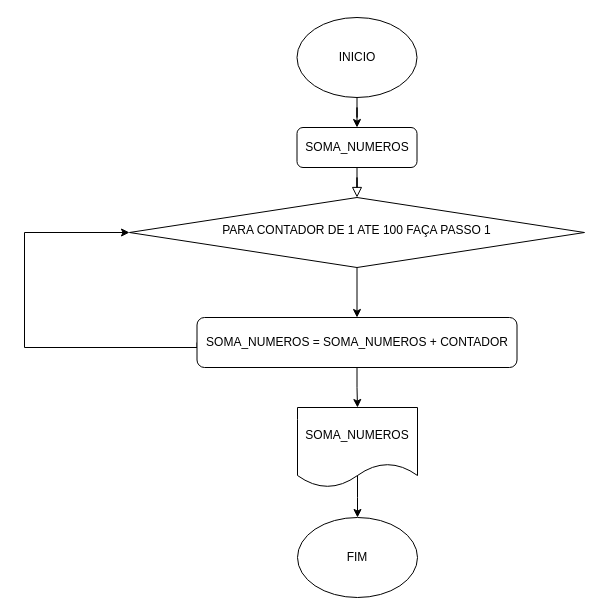
programadormovel/Expotec keeps this draw.io diagram as Untitled Diagram.drawio. Above is the earlier version. Source tidied: cells renumbered, new cells numbered last; positions are measured from the earlier drawing's top-left corner, leaving out a move shared by most shapes. Both pictures are drawn from the tidied source at 100%, with x=0, y=0 at pixel (24, 17).
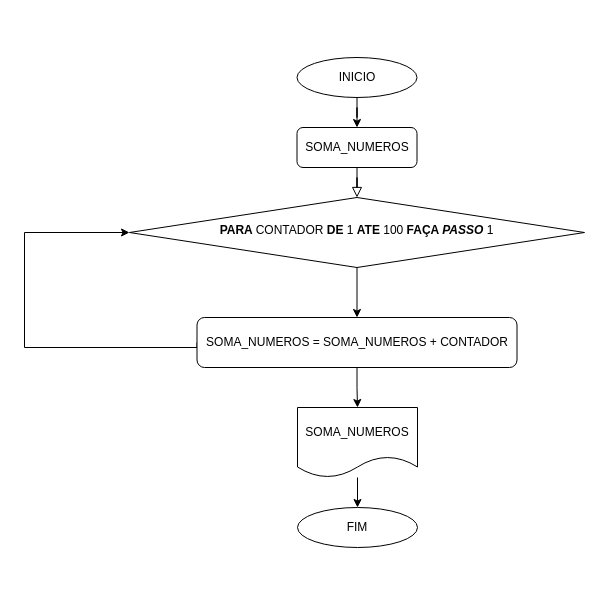
Above is the later version.

The edit, as a diff of the source:
```diff
@@
 <mxGraphModel>
   <root>
     <mxCell id="0" />
     <mxCell id="1" parent="0" />
     <mxCell id="2" style="rounded=0;html=1;jettySize=auto;fontSize=11;endArrow=block;endFill=0;endSize=8;strokeWidth=1;shadow=0;labelBackgroundColor=none;edgeStyle=orthogonalEdgeStyle;" parent="1" edge="1" source="3" target="5">
       <mxGeometry relative="1" as="geometry" />
     </mxCell>
     <mxCell id="3" value="SOMA_NUMEROS" style="rounded=1;whiteSpace=wrap;html=1;fontSize=12;glass=0;strokeWidth=1;shadow=0;" parent="1" vertex="1">
       <mxGeometry x="272.5" y="110" width="120" height="40" as="geometry" />
     </mxCell>
     <mxCell id="4" style="edgeStyle=orthogonalEdgeStyle;rounded=0;jettySize=auto;html=1;entryX=0.5;entryY=0;entryDx=0;entryDy=0;" parent="1" edge="1" source="5" target="10">
       <mxGeometry relative="1" as="geometry" />
     </mxCell>
-    <mxCell id="5" value="PARA CONTADOR DE 1 ATE 100 FAÇA PASSO 1" style="rhombus;whiteSpace=wrap;html=1;shadow=0;fontFamily=Helvetica;fontSize=12;align=center;strokeWidth=1;spacing=6;spacingTop=-4;" parent="1" vertex="1">
+    <mxCell id="5" value="&lt;b&gt;PARA &lt;/b&gt;CONTADOR &lt;b&gt;DE &lt;/b&gt;1 &lt;b&gt;ATE &lt;/b&gt;100 &lt;b&gt;FAÇA &lt;i&gt;PASSO &lt;/i&gt;&lt;/b&gt;1" style="rhombus;whiteSpace=wrap;html=1;shadow=0;fontFamily=Helvetica;fontSize=12;align=center;strokeWidth=1;spacing=6;spacingTop=-4;" parent="1" vertex="1">
       <mxGeometry x="105" y="180" width="455" height="70" as="geometry" />
     </mxCell>
     <mxCell id="6" style="edgeStyle=orthogonalEdgeStyle;rounded=0;jettySize=auto;html=1;entryX=0.5;entryY=0;entryDx=0;entryDy=0;" parent="1" edge="1" source="7" target="3">
       <mxGeometry relative="1" as="geometry" />
     </mxCell>
     <mxCell id="7" value="INICIO" style="ellipse;whiteSpace=wrap;html=1;" parent="1" vertex="1">
-      <mxGeometry x="272.5" width="120" height="80" as="geometry" />
+      <mxGeometry x="272.5" y="40" width="120" height="40" as="geometry" />
     </mxCell>
     <mxCell id="8" style="edgeStyle=orthogonalEdgeStyle;rounded=0;jettySize=auto;html=1;entryX=0;entryY=0.5;entryDx=0;entryDy=0;exitX=0;exitY=0.5;exitDx=0;exitDy=0;" parent="1" edge="1" source="10" target="5">
       <mxGeometry relative="1" as="geometry">
         <Array as="points">
           <mxPoint y="330" />
           <mxPoint y="215" />
         </Array>
       </mxGeometry>
     </mxCell>
     <mxCell id="9" style="edgeStyle=orthogonalEdgeStyle;rounded=0;jettySize=auto;html=1;" parent="1" edge="1" source="10" target="12">
       <mxGeometry relative="1" as="geometry" />
     </mxCell>
     <mxCell id="10" value="SOMA_NUMEROS = SOMA_NUMEROS + CONTADOR" style="rounded=1;whiteSpace=wrap;html=1;" parent="1" vertex="1">
       <mxGeometry x="172.5" y="300" width="320" height="50" as="geometry" />
     </mxCell>
-    <mxCell id="11" style="edgeStyle=orthogonalEdgeStyle;rounded=0;jettySize=auto;html=1;entryX=0.5;entryY=0;entryDx=0;entryDy=0;" parent="1" edge="1" target="13">
-      <mxGeometry relative="1" as="geometry">
-        <mxPoint x="333" y="456" as="sourcePoint" />
-        <Array as="points">
-          <mxPoint x="333" y="480" />
-          <mxPoint x="333" y="480" />
-        </Array>
-      </mxGeometry>
-    </mxCell>
+    <mxCell id="14" style="edgeStyle=orthogonalEdgeStyle;rounded=0;jettySize=auto;html=1;entryX=0.5;entryY=0;entryDx=0;entryDy=0;" parent="1" edge="1" source="12" target="13">
+      <mxGeometry relative="1" as="geometry" />
+    </mxCell>
     <mxCell id="12" value="SOMA_NUMEROS" style="shape=document;whiteSpace=wrap;html=1;boundedLbl=1;" parent="1" vertex="1">
-      <mxGeometry x="273" y="390" width="120" height="80" as="geometry" />
+      <mxGeometry x="273" y="390" width="120" height="70" as="geometry" />
     </mxCell>
     <mxCell id="13" value="FIM" style="ellipse;whiteSpace=wrap;html=1;" parent="1" vertex="1">
-      <mxGeometry x="273" y="500" width="120" height="80" as="geometry" />
+      <mxGeometry x="273" y="490" width="120" height="40" as="geometry" />
     </mxCell>
   </root>
 </mxGraphModel>
```
